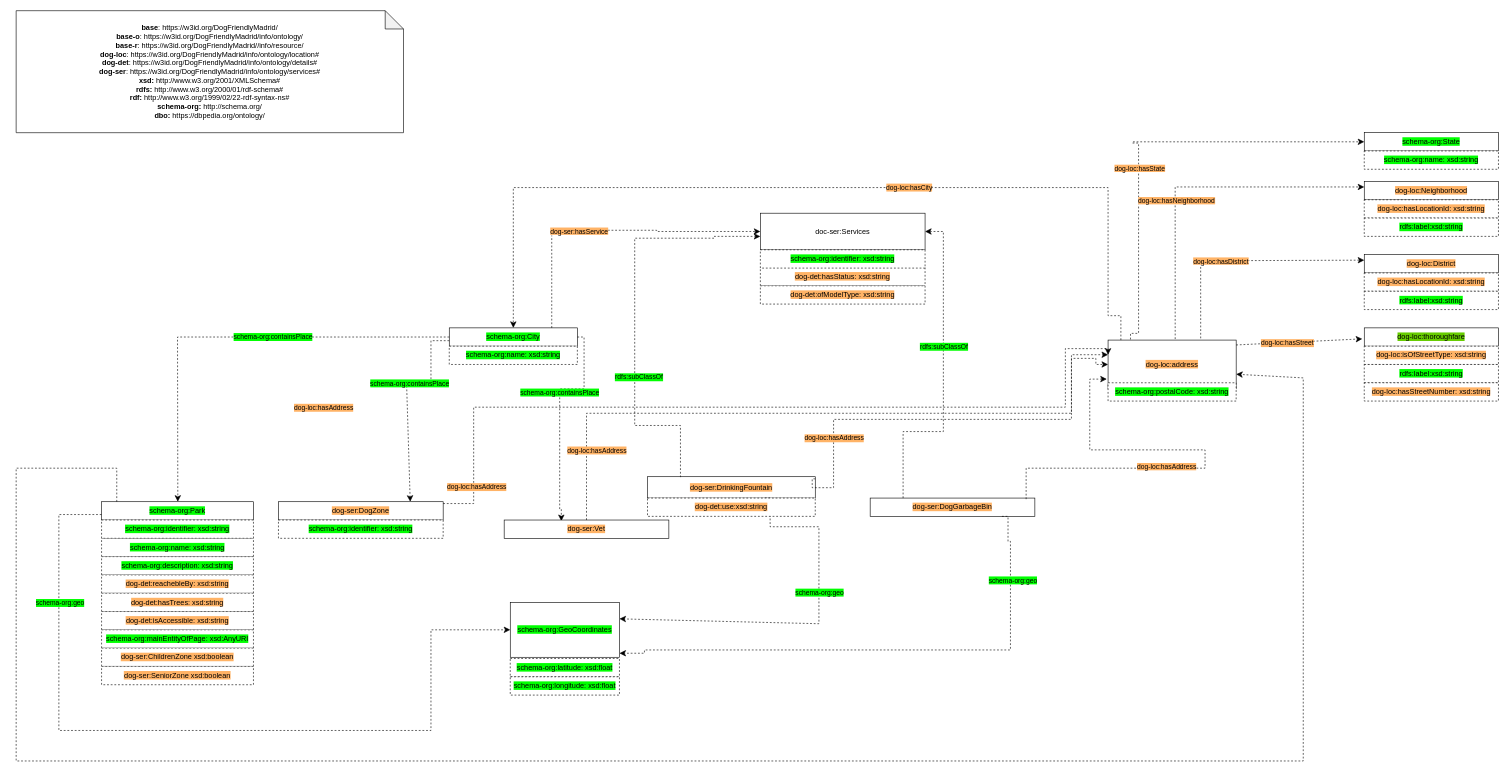
Earlier version of the draw.io diagram HandsOn/Group03/misc/AREAS_CANINAS_2023/dogfriendlyMadrid.drawio (miguelangel-suarez/Curso2023-2024-DataScience). Source tidied: cells renumbered, new cells numbered last; positions are measured from the earlier drawing's top-left corner, leaving out a move shared by most shapes. Both pictures are drawn from the tidied source at 61%, with x=0, y=0 at pixel (16, 10).
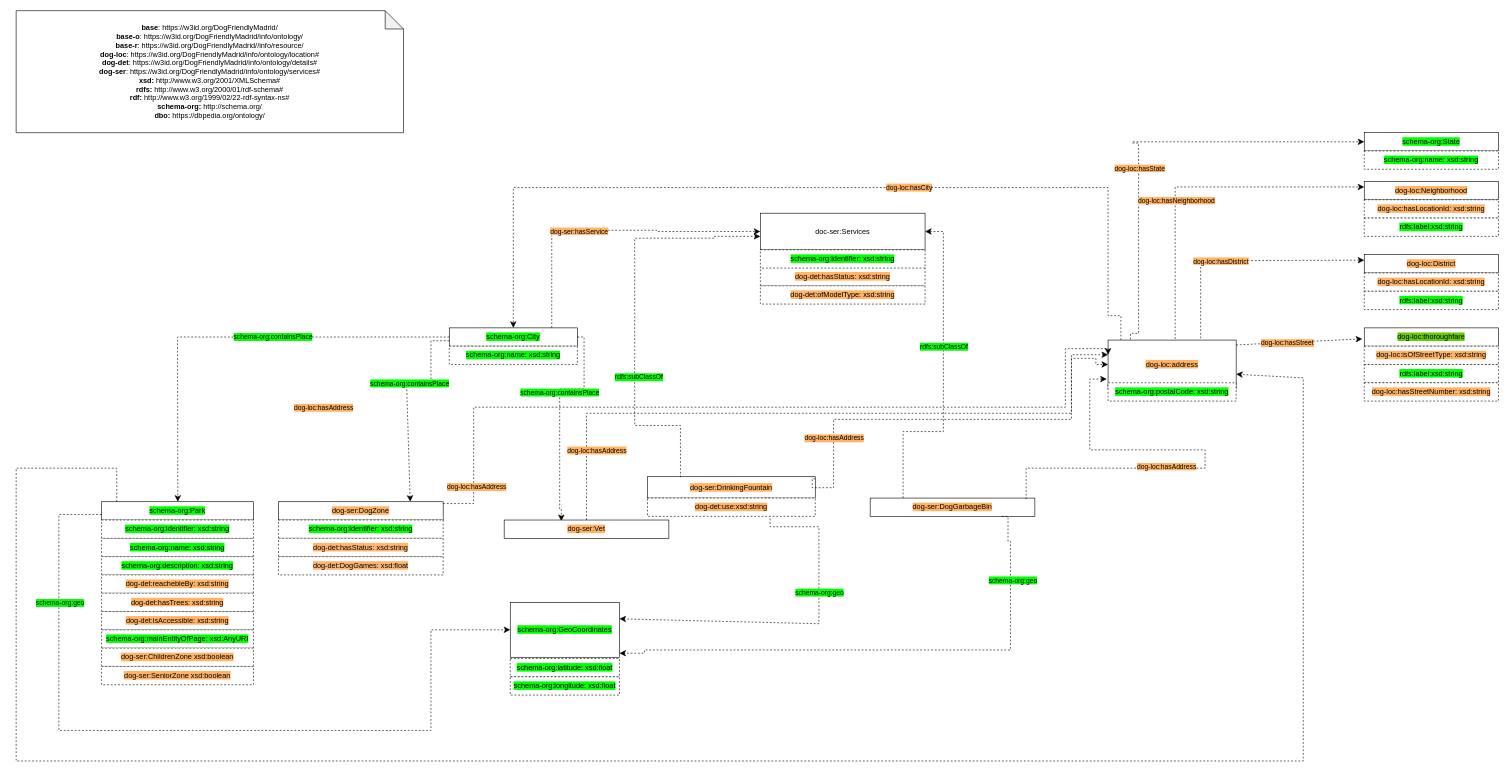
Above is the later version.

The edit, as a diff of the source:
```diff
@@
+    <mxCell id="85" value="&lt;span style=&quot;background-color: rgb(255, 181, 112);&quot;&gt;dog-det:hasStatus: xsd:string&lt;/span&gt;" style="rounded=0;whiteSpace=wrap;html=1;dashed=1;" parent="1" vertex="1">
+      <mxGeometry x="430" y="865" width="270" height="30" as="geometry" />
+    </mxCell>
+    <mxCell id="86" value="&lt;span style=&quot;background-color: rgb(255, 181, 112);&quot;&gt;dog-det:DogGames: xsd:float&lt;/span&gt;" style="rounded=0;whiteSpace=wrap;html=1;dashed=1;" parent="1" vertex="1">
+      <mxGeometry x="430" y="895" width="270" height="30" as="geometry" />
+    </mxCell>
```
